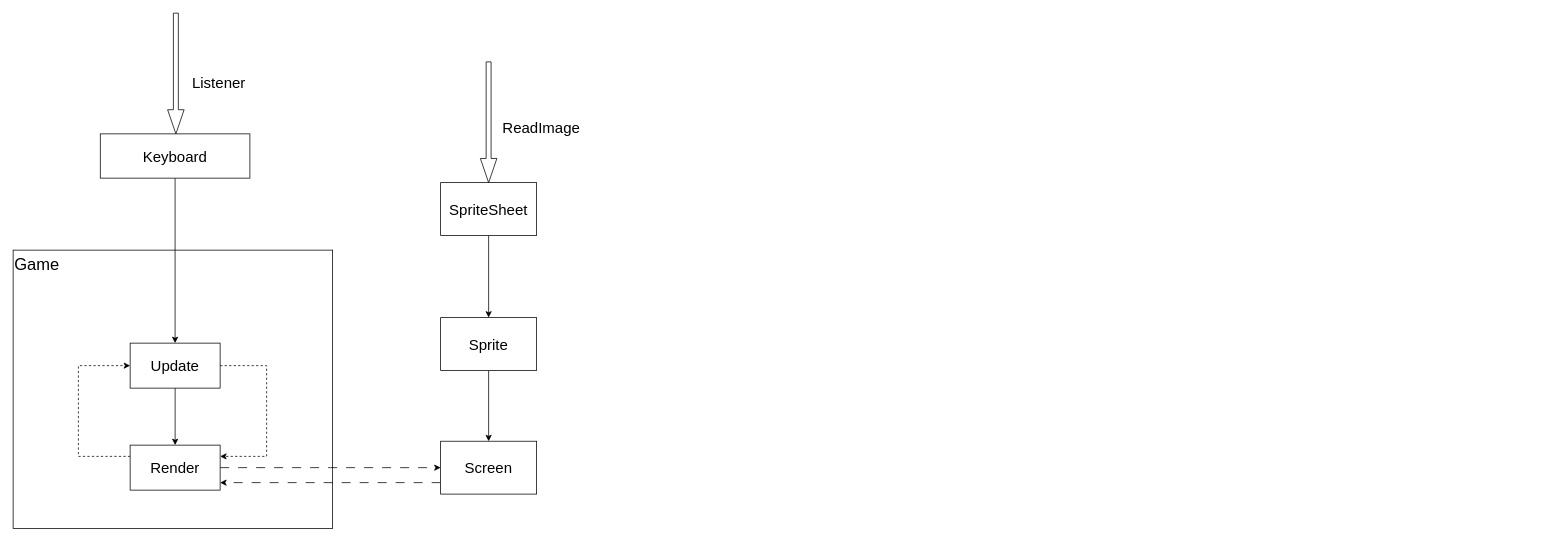
Above: Game.drawio in xiaodongYao/DrawIO (draw.io), before the change. Source tidied: cells renumbered, new cells numbered last; positions are measured from the earlier drawing's top-left corner, leaving out a move shared by most shapes. Both pictures are drawn from the tidied source at 75%, with x=0, y=0 at pixel (13, 13).
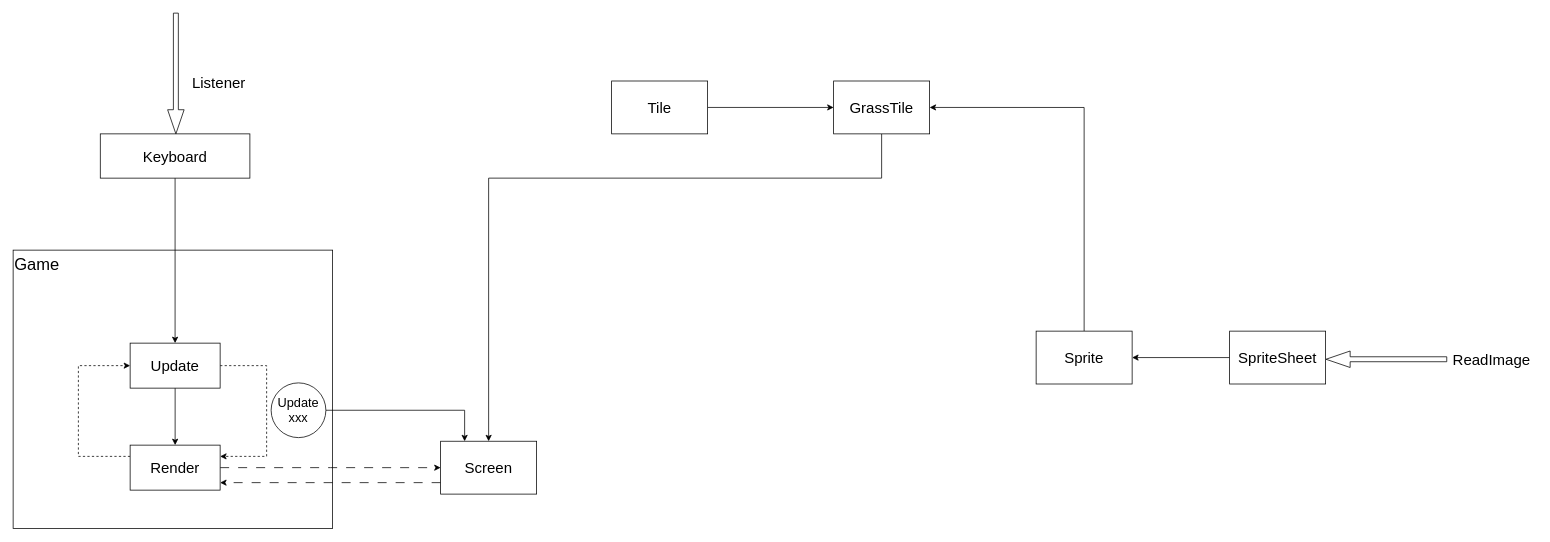
The same diagram, later.

Unchanged cells that the change refers to:
```xml
<mxCell id="4" value="Screen" style="rounded=0;whiteSpace=wrap;html=1;align=center;verticalAlign=middle;fontSize=20;" parent="1" vertex="1">
  <mxGeometry x="570" y="570.8" width="128" height="70.5" as="geometry" />
</mxCell>
```

What changed in the source:
```diff
@@
-    <mxCell id="15" style="edgeStyle=orthogonalEdgeStyle;rounded=0;jettySize=auto;html=1;exitX=0.5;exitY=1;exitDx=0;exitDy=0;" parent="1" edge="1" source="16" target="18">
+    <mxCell id="15" style="edgeStyle=orthogonalEdgeStyle;rounded=0;jettySize=auto;html=1;exitX=0;exitY=0.5;exitDx=0;exitDy=0;entryX=1;entryY=0.5;entryDx=0;entryDy=0;" parent="1" edge="1" source="16" target="18">
       <mxGeometry relative="1" as="geometry" />
     </mxCell>
     <mxCell id="16" value="SpriteSheet" style="rounded=0;whiteSpace=wrap;html=1;align=center;verticalAlign=middle;fontSize=20;" parent="1" vertex="1">
-      <mxGeometry x="570" y="226" width="128" height="70.5" as="geometry" />
+      <mxGeometry x="1622" y="424" width="128" height="70.5" as="geometry" />
     </mxCell>
-    <mxCell id="17" style="edgeStyle=orthogonalEdgeStyle;rounded=0;jettySize=auto;html=1;exitX=0.5;exitY=1;exitDx=0;exitDy=0;entryX=0.5;entryY=0;entryDx=0;entryDy=0;" parent="1" edge="1" source="18" target="4">
-      <mxGeometry relative="1" as="geometry" />
-    </mxCell>
+    <mxCell id="21" style="edgeStyle=orthogonalEdgeStyle;rounded=0;jettySize=auto;html=1;exitX=0.5;exitY=0;exitDx=0;exitDy=0;entryX=1;entryY=0.5;entryDx=0;entryDy=0;" parent="1" edge="1" source="18" target="25">
+      <mxGeometry relative="1" as="geometry" />
+    </mxCell>
     <mxCell id="18" value="Sprite" style="rounded=0;whiteSpace=wrap;html=1;align=center;verticalAlign=middle;fontSize=20;" parent="1" vertex="1">
-      <mxGeometry x="570" y="406" width="128" height="70.5" as="geometry" />
+      <mxGeometry x="1364" y="424" width="128" height="70.5" as="geometry" />
     </mxCell>
-    <mxCell id="19" style="shape=singleArrow;direction=south;whiteSpace=wrap;html=1;" parent="1" vertex="1">
-      <mxGeometry x="623" y="65" width="22" height="161" as="geometry" />
+    <mxCell id="19" style="shape=singleArrow;direction=south;whiteSpace=wrap;html=1;rotation=90;" parent="1" vertex="1">
+      <mxGeometry x="1820" y="381" width="22" height="161" as="geometry" />
     </mxCell>
     <mxCell id="20" value="ReadImage" style="text;html=1;align=center;verticalAlign=middle;whiteSpace=wrap;rounded=0;fontSize=20;" parent="1" vertex="1">
-      <mxGeometry x="645" y="125" width="119" height="53" as="geometry" />
+      <mxGeometry x="1912" y="435" width="119" height="53" as="geometry" />
     </mxCell>
+    <mxCell id="22" style="edgeStyle=orthogonalEdgeStyle;rounded=0;jettySize=auto;html=1;exitX=1;exitY=0.5;exitDx=0;exitDy=0;entryX=0.25;entryY=0;entryDx=0;entryDy=0;" parent="1" edge="1" source="23" target="4">
+      <mxGeometry relative="1" as="geometry" />
+    </mxCell>
+    <mxCell id="23" value="Update xxx" style="ellipse;whiteSpace=wrap;html=1;fontSize=17;" parent="1" vertex="1">
+      <mxGeometry x="344" y="493" width="73" height="73" as="geometry" />
+    </mxCell>
+    <mxCell id="24" style="edgeStyle=orthogonalEdgeStyle;rounded=0;jettySize=auto;html=1;exitX=0.5;exitY=1;exitDx=0;exitDy=0;entryX=0.5;entryY=0;entryDx=0;entryDy=0;" parent="1" edge="1" source="25" target="4">
+      <mxGeometry relative="1" as="geometry">
+        <Array as="points">
+          <mxPoint x="1158" y="220" />
+          <mxPoint x="634" y="220" />
+        </Array>
+      </mxGeometry>
+    </mxCell>
+    <mxCell id="25" value="GrassTile" style="rounded=0;whiteSpace=wrap;html=1;align=center;verticalAlign=middle;fontSize=20;" parent="1" vertex="1">
+      <mxGeometry x="1094" y="90.5" width="128" height="70.5" as="geometry" />
+    </mxCell>
+    <mxCell id="26" style="edgeStyle=orthogonalEdgeStyle;rounded=0;jettySize=auto;html=1;exitX=1;exitY=0.5;exitDx=0;exitDy=0;entryX=0;entryY=0.5;entryDx=0;entryDy=0;" parent="1" edge="1" source="27" target="25">
+      <mxGeometry relative="1" as="geometry" />
+    </mxCell>
+    <mxCell id="27" value="Tile" style="rounded=0;whiteSpace=wrap;html=1;align=center;verticalAlign=middle;fontSize=20;" parent="1" vertex="1">
+      <mxGeometry x="798" y="90.5" width="128" height="70.5" as="geometry" />
+    </mxCell>
```
